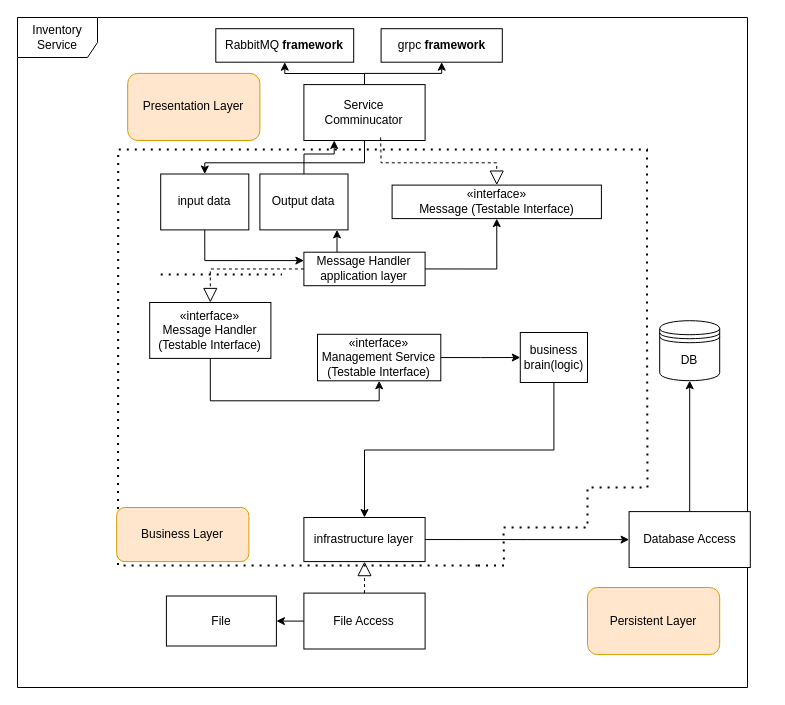
The draw.io diagram Project/diagram/InvetoryManagement-microservice/Inventory.drawio in nima7997/application-architecture, before the edit. Source tidied: cells renumbered, new cells numbered last; positions are measured from the earlier drawing's top-left corner, leaving out a move shared by most shapes. Both pictures are drawn from the tidied source at 100%, with x=0, y=0 at pixel (17, -313).
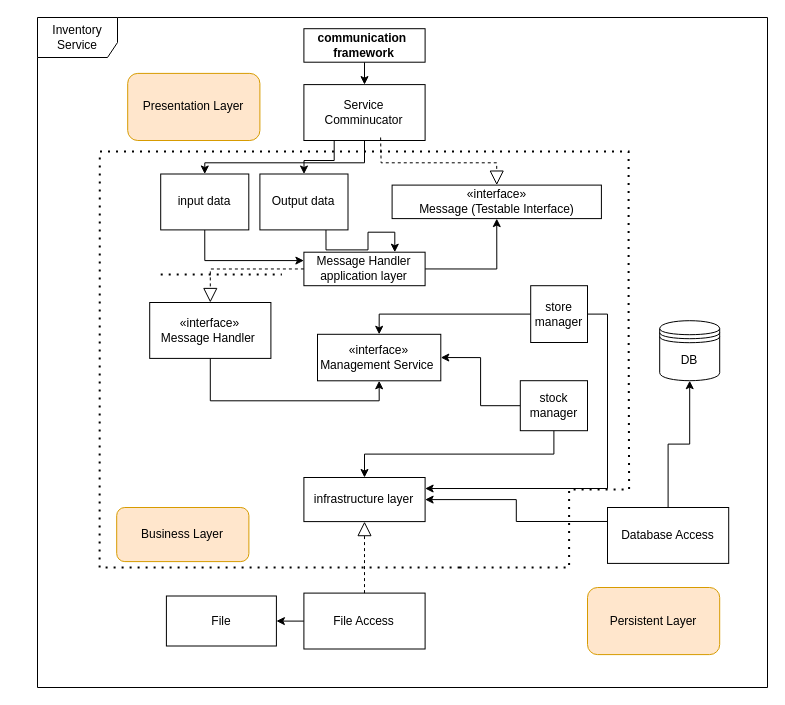
The same diagram, later.

Unchanged cells that the change refers to:
```xml
<mxCell id="5" style="group;" parent="1" vertex="1">
  <mxGeometry y="330" width="730" height="670" as="geometry" />
</mxCell>
<mxCell id="11" value="Message Handler&lt;div&gt;application layer&lt;/div&gt;" style="html=1;whiteSpace=wrap;" parent="5" vertex="1">
  <mxGeometry x="286.4" y="234.7" width="121.2" height="33.5" as="geometry" />
</mxCell>
<mxCell id="26" value="Output data" style="html=1;whiteSpace=wrap;" parent="5" vertex="1">
  <mxGeometry x="242.4" y="156.5" width="88.1" height="55.9" as="geometry" />
</mxCell>
<mxCell id="31" value="Service Comminucator" style="html=1;whiteSpace=wrap;" parent="5" vertex="1">
  <mxGeometry x="286.4" y="67.1" width="121.2" height="55.9" as="geometry" />
</mxCell>
```

Change to the diagram source:
```diff
@@
     <mxCell id="2" style="edgeStyle=orthogonalEdgeStyle;rounded=0;orthogonalLoop=1;jettySize=auto;html=1;entryX=1;entryY=0.5;entryDx=0;entryDy=0;" parent="1" edge="1">
       <mxGeometry relative="1" as="geometry">
-        <mxPoint x="330" y="250" as="sourcePoint" />
+        <mxPoint x="310" y="250" as="sourcePoint" />
         <Array as="points">
-          <mxPoint x="330" y="230" />
-          <mxPoint x="410" y="230" />
-          <mxPoint x="410" y="80" />
+          <mxPoint x="310" y="230" />
+          <mxPoint x="390" y="230" />
+          <mxPoint x="390" y="80" />
         </Array>
       </mxGeometry>
     </mxCell>
     <mxCell id="3" style="edgeStyle=orthogonalEdgeStyle;rounded=0;orthogonalLoop=1;jettySize=auto;html=1;entryX=1;entryY=0.5;entryDx=0;entryDy=0;" parent="1" edge="1">
       <mxGeometry relative="1" as="geometry">
-        <mxPoint x="330" y="250" as="sourcePoint" />
+        <mxPoint x="310" y="250" as="sourcePoint" />
         <Array as="points">
-          <mxPoint x="330" y="230" />
-          <mxPoint x="430" y="230" />
-          <mxPoint x="430" y="30" />
+          <mxPoint x="310" y="230" />
+          <mxPoint x="410" y="230" />
+          <mxPoint x="410" y="30" />
         </Array>
       </mxGeometry>
     </mxCell>
     <mxCell id="4" style="edgeStyle=orthogonalEdgeStyle;rounded=0;orthogonalLoop=1;jettySize=auto;html=1;entryX=0.5;entryY=1;entryDx=0;entryDy=0;startArrow=classic;startFill=1;" parent="1" edge="1">
       <mxGeometry relative="1" as="geometry">
-        <mxPoint x="330" y="250" as="sourcePoint" />
+        <mxPoint x="310" y="250" as="sourcePoint" />
         <Array as="points">
-          <mxPoint x="330" y="230" />
-          <mxPoint x="440" y="230" />
-          <mxPoint x="440" />
-          <mxPoint x="290" />
+          <mxPoint x="310" y="230" />
+          <mxPoint x="420" y="230" />
+          <mxPoint x="420" />
+          <mxPoint x="270" />
         </Array>
       </mxGeometry>
     </mxCell>
@@
-    <mxCell id="6" value="Inventory&lt;div&gt;Service&lt;/div&gt;" style="shape=umlFrame;whiteSpace=wrap;html=1;width=80;height=40;" parent="5" vertex="1">
-      <mxGeometry width="730" height="670" as="geometry" />
-    </mxCell>
-    <mxCell id="7" value="RabbitMQ &lt;b&gt;framework&lt;/b&gt;" style="html=1;whiteSpace=wrap;" parent="5" vertex="1">
-      <mxGeometry x="198.3" y="11.2" width="137.9" height="33.5" as="geometry" />
-    </mxCell>
+    <mxCell id="43" style="edgeStyle=orthogonalEdgeStyle;rounded=0;jettySize=auto;html=1;exitX=0.5;exitY=1;exitDx=0;exitDy=0;entryX=0.5;entryY=0;entryDx=0;entryDy=0;" parent="5" edge="1" source="8" target="31">
+      <mxGeometry relative="1" as="geometry" />
+    </mxCell>
-    <mxCell id="8" value="grpc &lt;b&gt;framework&lt;/b&gt;" style="html=1;whiteSpace=wrap;" parent="5" vertex="1">
-      <mxGeometry x="363.6" y="11.2" width="121.2" height="33.5" as="geometry" />
+    <mxCell id="8" value="&lt;b&gt;communication&amp;nbsp;&lt;/b&gt;&lt;div&gt;&lt;b&gt;framework&lt;/b&gt;&lt;/div&gt;" style="html=1;whiteSpace=wrap;" parent="5" vertex="1">
+      <mxGeometry x="286.4" y="11.2" width="121.2" height="33.5" as="geometry" />
     </mxCell>
-    <mxCell id="9" style="edgeStyle=orthogonalEdgeStyle;rounded=0;jettySize=auto;html=1;" parent="5" edge="1" source="11" target="26">
-      <mxGeometry relative="1" as="geometry">
-        <Array as="points">
-          <mxPoint x="319.5" y="223.5" />
-          <mxPoint x="319.5" y="223.5" />
-        </Array>
-      </mxGeometry>
-    </mxCell>
@@
-    <mxCell id="12" value="«interface»&lt;br&gt;Message Handler (Testable Interface)" style="html=1;whiteSpace=wrap;" parent="5" vertex="1">
+    <mxCell id="12" value="«interface»&lt;br&gt;Message Handler&amp;nbsp;" style="html=1;whiteSpace=wrap;" parent="5" vertex="1">
       <mxGeometry x="132.2" y="285" width="121.2" height="55.9" as="geometry" />
     </mxCell>
@@
+    <mxCell id="44" style="edgeStyle=orthogonalEdgeStyle;rounded=0;jettySize=auto;html=1;exitX=0;exitY=0.25;exitDx=0;exitDy=0;" parent="5" edge="1" source="15" target="17">
+      <mxGeometry relative="1" as="geometry" />
+    </mxCell>
     <mxCell id="15" value="Database Access" style="html=1;whiteSpace=wrap;" parent="5" vertex="1">
-      <mxGeometry x="611.6" y="494.1" width="121.2" height="55.9" as="geometry" />
+      <mxGeometry x="590" y="490" width="121.2" height="55.9" as="geometry" />
     </mxCell>
-    <mxCell id="16" style="edgeStyle=orthogonalEdgeStyle;rounded=0;jettySize=auto;html=1;exitX=1;exitY=0.5;exitDx=0;exitDy=0;" parent="5" edge="1" source="17" target="15">
-      <mxGeometry relative="1" as="geometry" />
-    </mxCell>
     <mxCell id="17" value="infrastructure layer" style="html=1;whiteSpace=wrap;" parent="5" vertex="1">
-      <mxGeometry x="286.4" y="500" width="121.2" height="44.1" as="geometry" />
+      <mxGeometry x="286.4" y="460" width="121.2" height="44.1" as="geometry" />
     </mxCell>
@@
     <mxCell id="19" style="endArrow=none;dashed=1;html=1;dashPattern=1 3;strokeWidth=2;rounded=0;" parent="5" edge="1">
       <mxGeometry relative="1" as="geometry">
-        <mxPoint x="460.5" y="547.9" as="sourcePoint" />
-        <mxPoint x="460.5" y="547.9" as="targetPoint" />
+        <mxPoint x="442.1" y="549.9" as="sourcePoint" />
+        <mxPoint x="442.1" y="549.9" as="targetPoint" />
         <Array as="points">
-          <mxPoint x="486.5" y="547.9" />
-          <mxPoint x="486" y="510" />
-          <mxPoint x="570" y="510" />
-          <mxPoint x="570" y="470" />
-          <mxPoint x="630" y="470" />
-          <mxPoint x="629.5" y="299.7" />
-          <mxPoint x="629.5" y="217.9" />
-          <mxPoint x="629.5" y="132.1" />
-          <mxPoint x="100.7" y="132.1" />
-          <mxPoint x="100.5" y="547.9" />
-          <mxPoint x="280.5" y="547.9" />
+          <mxPoint x="468.1" y="549.9" />
+          <mxPoint x="551.6" y="550" />
+          <mxPoint x="551.6" y="472" />
+          <mxPoint x="611.6" y="472" />
+          <mxPoint x="611.1" y="301.7" />
+          <mxPoint x="611.1" y="219.9" />
+          <mxPoint x="611.1" y="134.1" />
+          <mxPoint x="82.3" y="134.1" />
+          <mxPoint x="82.1" y="549.9" />
+          <mxPoint x="262.1" y="549.9" />
         </Array>
       </mxGeometry>
     </mxCell>
@@
-    <mxCell id="25" style="edgeStyle=orthogonalEdgeStyle;rounded=0;jettySize=auto;html=1;exitX=0.5;exitY=0;exitDx=0;exitDy=0;entryX=0.25;entryY=1;entryDx=0;entryDy=0;" parent="5" edge="1" source="26" target="31">
-      <mxGeometry relative="1" as="geometry" />
-    </mxCell>
+    <mxCell id="45" style="edgeStyle=orthogonalEdgeStyle;rounded=0;jettySize=auto;html=1;exitX=0.75;exitY=1;exitDx=0;exitDy=0;entryX=0.75;entryY=0;entryDx=0;entryDy=0;" parent="5" edge="1" source="26" target="11">
+      <mxGeometry relative="1" as="geometry" />
+    </mxCell>
@@
-    <mxCell id="28" style="edgeStyle=orthogonalEdgeStyle;rounded=0;jettySize=auto;html=1;entryX=0.5;entryY=1;entryDx=0;entryDy=0;" parent="5" edge="1" source="31" target="8">
-      <mxGeometry relative="1" as="geometry">
-        <Array as="points">
-          <mxPoint x="347" y="55.9" />
-          <mxPoint x="424.2" y="55.9" />
-        </Array>
-      </mxGeometry>
-    </mxCell>
-    <mxCell id="29" style="edgeStyle=orthogonalEdgeStyle;rounded=0;jettySize=auto;html=1;entryX=0.5;entryY=1;entryDx=0;entryDy=0;" parent="5" edge="1" source="31" target="7">
-      <mxGeometry relative="1" as="geometry">
-        <Array as="points">
-          <mxPoint x="347" y="56" />
-          <mxPoint x="267" y="56" />
-        </Array>
-      </mxGeometry>
-    </mxCell>
@@
+    <mxCell id="46" style="edgeStyle=orthogonalEdgeStyle;rounded=0;jettySize=auto;html=1;exitX=0.25;exitY=1;exitDx=0;exitDy=0;" parent="5" edge="1" source="31" target="26">
+      <mxGeometry relative="1" as="geometry" />
+    </mxCell>
@@
-    <mxCell id="33" style="edgeStyle=orthogonalEdgeStyle;rounded=0;jettySize=auto;html=1;exitX=1;exitY=0.5;exitDx=0;exitDy=0;entryX=0;entryY=0.5;entryDx=0;entryDy=0;" parent="5" edge="1" source="34" target="36">
-      <mxGeometry relative="1" as="geometry" />
-    </mxCell>
-    <mxCell id="34" value="«interface»&lt;br&gt;Management Service (Testable Interface)" style="html=1;whiteSpace=wrap;" parent="5" vertex="1">
+    <mxCell id="34" value="«interface»&lt;br&gt;Management Service&amp;nbsp;" style="html=1;whiteSpace=wrap;" parent="5" vertex="1">
       <mxGeometry x="300" y="316.8" width="123.3" height="46.5" as="geometry" />
     </mxCell>
@@
+    <mxCell id="47" style="edgeStyle=orthogonalEdgeStyle;rounded=0;jettySize=auto;html=1;exitX=0;exitY=0.5;exitDx=0;exitDy=0;entryX=1;entryY=0.5;entryDx=0;entryDy=0;" parent="5" edge="1" source="36" target="34">
+      <mxGeometry relative="1" as="geometry" />
+    </mxCell>
-    <mxCell id="36" value="business brain(logic)" style="html=1;whiteSpace=wrap;" parent="5" vertex="1">
-      <mxGeometry x="502.8" y="315" width="67.2" height="50" as="geometry" />
+    <mxCell id="36" value="stock manager" style="html=1;whiteSpace=wrap;" parent="5" vertex="1">
+      <mxGeometry x="502.8" y="363.2" width="67.2" height="50" as="geometry" />
     </mxCell>
@@
+    <mxCell id="48" style="edgeStyle=orthogonalEdgeStyle;rounded=0;jettySize=auto;html=1;exitX=0;exitY=0.5;exitDx=0;exitDy=0;entryX=0.5;entryY=0;entryDx=0;entryDy=0;" parent="5" edge="1" source="50" target="34">
+      <mxGeometry relative="1" as="geometry" />
+    </mxCell>
+    <mxCell id="49" style="edgeStyle=orthogonalEdgeStyle;rounded=0;jettySize=auto;html=1;exitX=1;exitY=0.5;exitDx=0;exitDy=0;entryX=1;entryY=0.25;entryDx=0;entryDy=0;" parent="5" edge="1" source="50" target="17">
+      <mxGeometry relative="1" as="geometry" />
+    </mxCell>
+    <mxCell id="50" value="store manager" style="whiteSpace=wrap;html=1;" parent="5" vertex="1">
+      <mxGeometry x="513.2" y="268.2" width="56.8" height="56.8" as="geometry" />
+    </mxCell>
+    <mxCell id="6" value="Inventory&lt;div&gt;Service&lt;/div&gt;" style="shape=umlFrame;whiteSpace=wrap;html=1;width=80;height=40;" parent="1" vertex="1">
+      <mxGeometry x="20" y="330" width="730" height="670" as="geometry" />
+    </mxCell>
```
